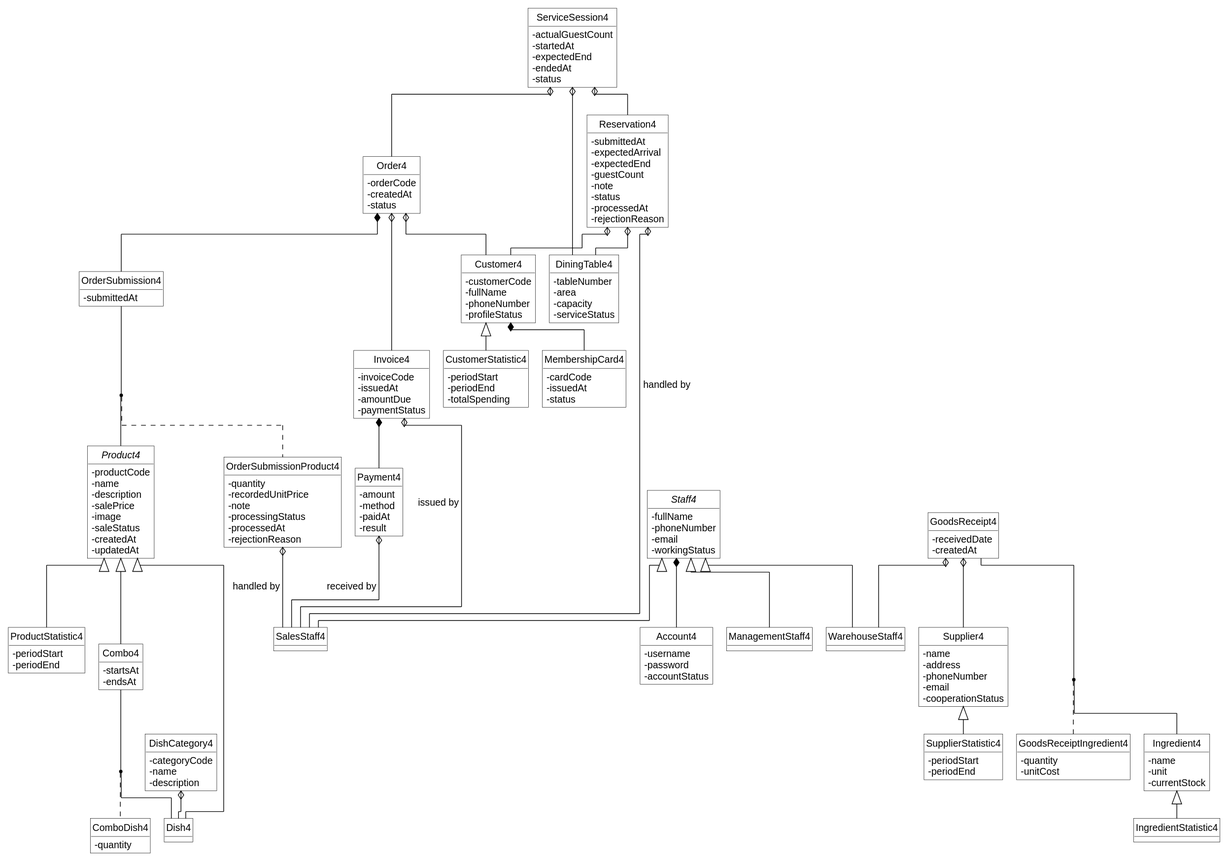
This is diagrams/class-entity-system.svg from tminoshy/pttkhttt-ptit, a PlantUML export, as it was before one commit.
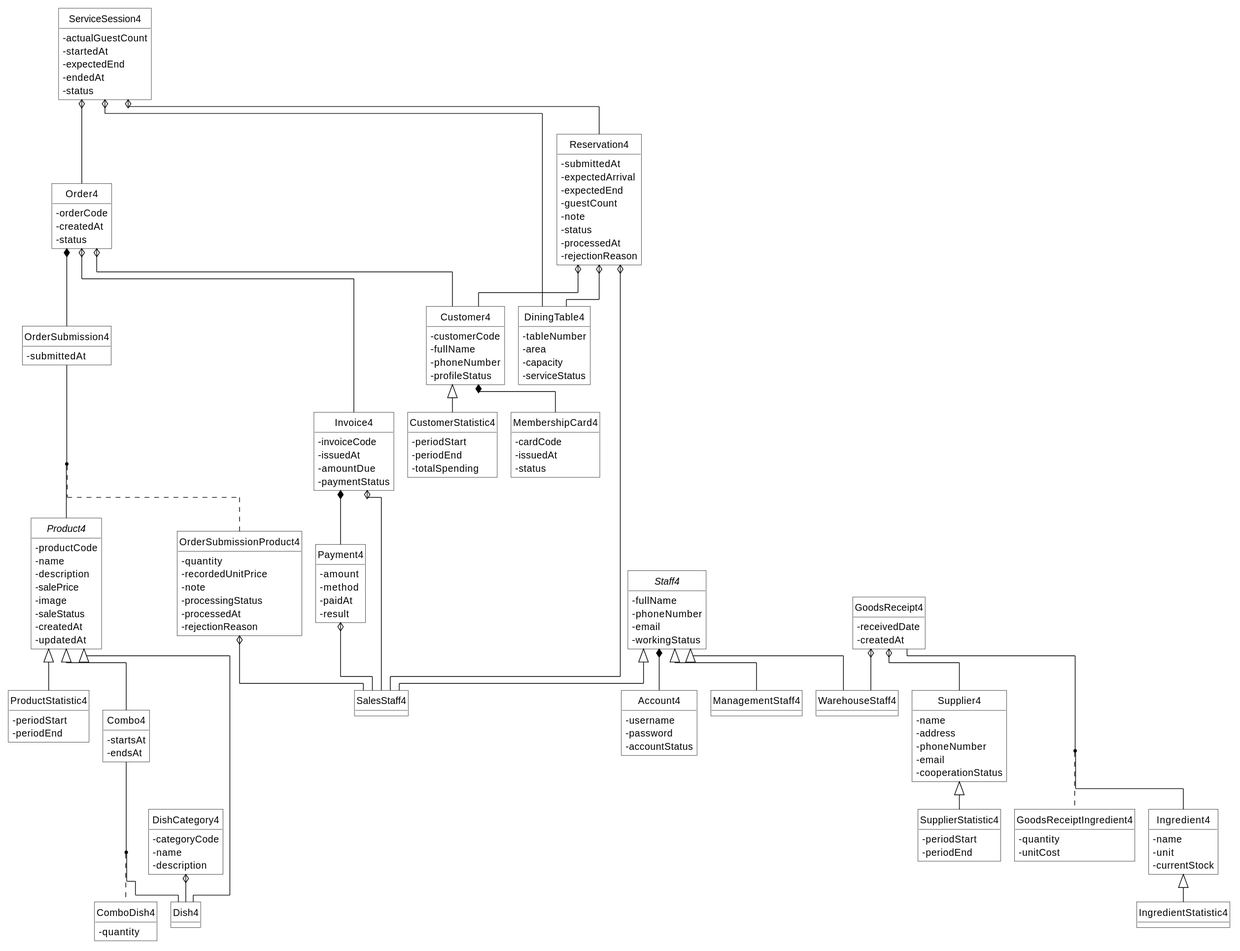
The same file after the commit.

The edit, as a diff of the source:
```diff
@@ -185,9 +185,9 @@
 (GoodsReceipt4, Ingredient4) .. GoodsReceiptIngredient4
 OrderSubmission4 -- Product4
 (OrderSubmission4, Product4) .. OrderSubmissionProduct4
-Reservation4 o-- SalesStaff4 : handled by
-OrderSubmissionProduct4 o-- SalesStaff4 : handled by
-Invoice4 o-- SalesStaff4 : issued by
-Payment4 o-- SalesStaff4 : received by
+Reservation4 o-- SalesStaff4
+OrderSubmissionProduct4 o-- SalesStaff4
+Invoice4 o-- SalesStaff4
+Payment4 o-- SalesStaff4
 GoodsReceipt4 o-- WarehouseStaff4
 @enduml
```
